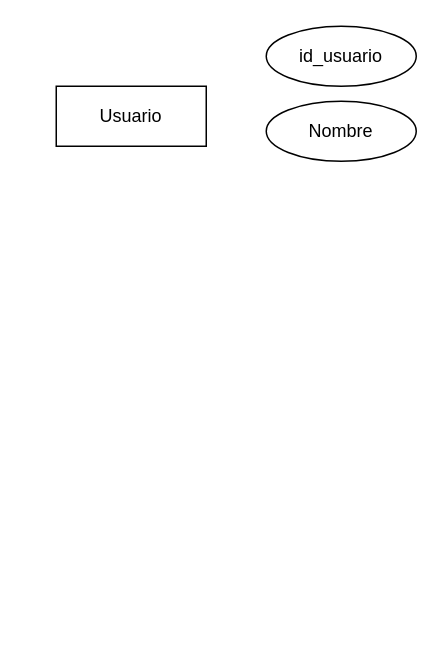
This is BD Gestion psicologia.drawio from achel13/drawio, a draw.io file, before an edit. Source tidied: cells renumbered, new cells numbered last; positions are measured from the earlier drawing's top-left corner, leaving out a move shared by most shapes. Both pictures are drawn from the tidied source at 150%, with x=0, y=0 at pixel (56, 26).
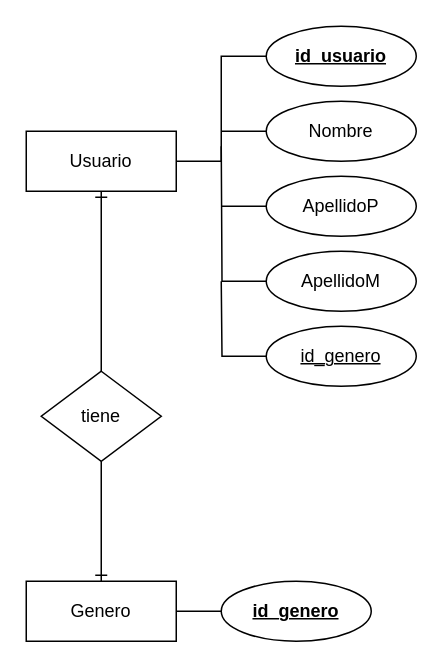
The same diagram, later.

Change to the diagram source:
```diff
@@
+    <mxCell id="5" style="edgeStyle=orthogonalEdgeStyle;rounded=0;jettySize=auto;html=1;exitX=1;exitY=0.5;exitDx=0;exitDy=0;entryX=0;entryY=0.5;entryDx=0;entryDy=0;endArrow=none;endFill=0;" parent="1" edge="1" source="2" target="3">
+      <mxGeometry relative="1" as="geometry" />
+    </mxCell>
     <mxCell id="2" value="Usuario" style="whiteSpace=wrap;html=1;align=center;" parent="1" vertex="1">
-      <mxGeometry y="40" width="100" height="40" as="geometry" />
+      <mxGeometry x="-20" y="70" width="100" height="40" as="geometry" />
     </mxCell>
+    <mxCell id="6" style="edgeStyle=orthogonalEdgeStyle;rounded=0;jettySize=auto;html=1;exitX=0;exitY=0.5;exitDx=0;exitDy=0;endArrow=none;endFill=0;" parent="1" edge="1" source="4">
+      <mxGeometry relative="1" as="geometry">
+        <mxPoint x="110" y="69.7" as="targetPoint" />
+      </mxGeometry>
+    </mxCell>
+    <mxCell id="4" value="Nombre" style="ellipse;whiteSpace=wrap;html=1;align=center;" parent="1" vertex="1">
+      <mxGeometry x="140" y="50" width="100" height="40" as="geometry" />
+    </mxCell>
+    <mxCell id="7" style="edgeStyle=orthogonalEdgeStyle;rounded=0;jettySize=auto;html=1;exitX=0;exitY=0.5;exitDx=0;exitDy=0;endArrow=none;endFill=0;" parent="1" edge="1" source="8">
+      <mxGeometry relative="1" as="geometry">
+        <mxPoint x="110" y="119.7" as="targetPoint" />
+      </mxGeometry>
+    </mxCell>
+    <mxCell id="8" value="ApellidoP" style="ellipse;whiteSpace=wrap;html=1;align=center;" parent="1" vertex="1">
+      <mxGeometry x="140" y="100" width="100" height="40" as="geometry" />
+    </mxCell>
+    <mxCell id="9" style="edgeStyle=orthogonalEdgeStyle;rounded=0;jettySize=auto;html=1;endArrow=none;endFill=0;" parent="1" edge="1" source="10">
+      <mxGeometry relative="1" as="geometry">
+        <mxPoint x="110" y="80" as="targetPoint" />
+      </mxGeometry>
+    </mxCell>
+    <mxCell id="10" value="ApellidoM" style="ellipse;whiteSpace=wrap;html=1;align=center;" parent="1" vertex="1">
+      <mxGeometry x="140" y="150" width="100" height="40" as="geometry" />
+    </mxCell>
+    <mxCell id="11" style="edgeStyle=orthogonalEdgeStyle;rounded=0;jettySize=auto;html=1;entryX=0.5;entryY=1;entryDx=0;entryDy=0;endArrow=ERone;endFill=0;" parent="1" edge="1" source="13" target="2">
+      <mxGeometry relative="1" as="geometry" />
+    </mxCell>
+    <mxCell id="12" style="edgeStyle=orthogonalEdgeStyle;rounded=0;jettySize=auto;html=1;endArrow=ERone;endFill=0;" parent="1" edge="1" source="13" target="16">
+      <mxGeometry relative="1" as="geometry" />
+    </mxCell>
+    <mxCell id="13" value="tiene" style="shape=rhombus;perimeter=rhombusPerimeter;whiteSpace=wrap;html=1;align=center;" parent="1" vertex="1">
+      <mxGeometry x="-10" y="230" width="80" height="60" as="geometry" />
+    </mxCell>
-    <mxCell id="3" value="id_usuario" style="ellipse;whiteSpace=wrap;html=1;align=center;" parent="1" vertex="1">
+    <mxCell id="3" value="id_usuario" style="ellipse;whiteSpace=wrap;html=1;align=center;fontStyle=5;" parent="1" vertex="1">
       <mxGeometry x="140" width="100" height="40" as="geometry" />
     </mxCell>
-    <mxCell id="4" value="Nombre" style="ellipse;whiteSpace=wrap;html=1;align=center;" parent="1" vertex="1">
-      <mxGeometry x="140" y="50" width="100" height="40" as="geometry" />
-    </mxCell>
+    <mxCell id="14" style="edgeStyle=orthogonalEdgeStyle;rounded=0;jettySize=auto;html=1;endArrow=none;endFill=0;" parent="1" edge="1" source="15">
+      <mxGeometry relative="1" as="geometry">
+        <mxPoint x="110" y="170" as="targetPoint" />
+      </mxGeometry>
+    </mxCell>
+    <mxCell id="15" value="id_genero" style="ellipse;whiteSpace=wrap;html=1;align=center;fontStyle=4;" parent="1" vertex="1">
+      <mxGeometry x="140" y="200" width="100" height="40" as="geometry" />
+    </mxCell>
+    <mxCell id="16" value="Genero" style="whiteSpace=wrap;html=1;align=center;" parent="1" vertex="1">
+      <mxGeometry x="-20" y="370" width="100" height="40" as="geometry" />
+    </mxCell>
+    <mxCell id="17" style="edgeStyle=orthogonalEdgeStyle;rounded=0;jettySize=auto;html=1;exitX=0;exitY=0.5;exitDx=0;exitDy=0;endArrow=none;endFill=0;" parent="1" edge="1" source="18" target="16">
+      <mxGeometry relative="1" as="geometry" />
+    </mxCell>
+    <mxCell id="18" value="id_genero" style="ellipse;whiteSpace=wrap;html=1;align=center;fontStyle=5;" parent="1" vertex="1">
+      <mxGeometry x="110" y="370" width="100" height="40" as="geometry" />
+    </mxCell>
```
